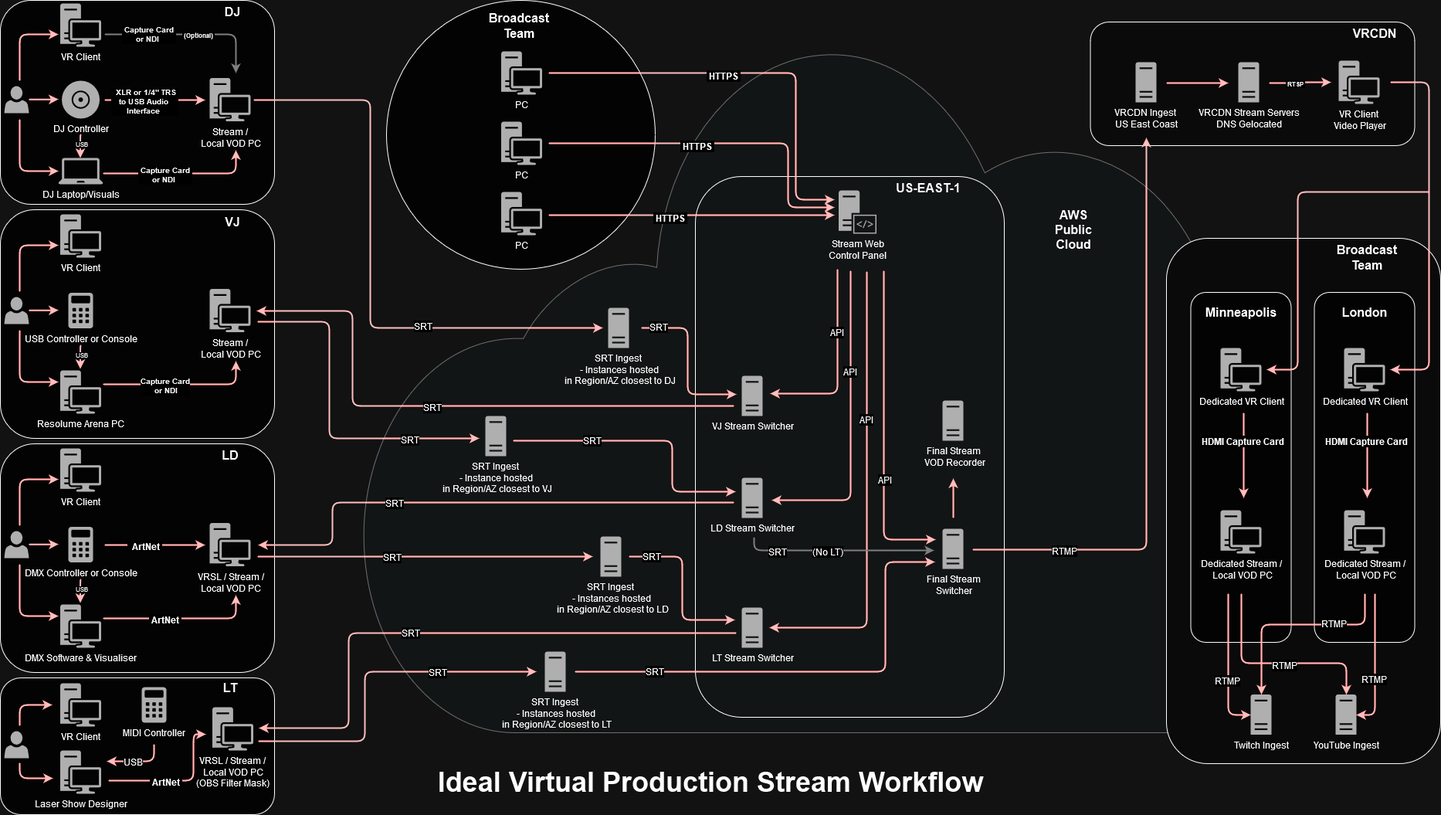
The draw.io diagram vrproduction.drawio.png in towneh/audiovisualtips, before a commit. Source tidied: cells renumbered, new cells last; positions are measured from the earlier drawing's top-left corner, leaving out a move shared by most shapes.
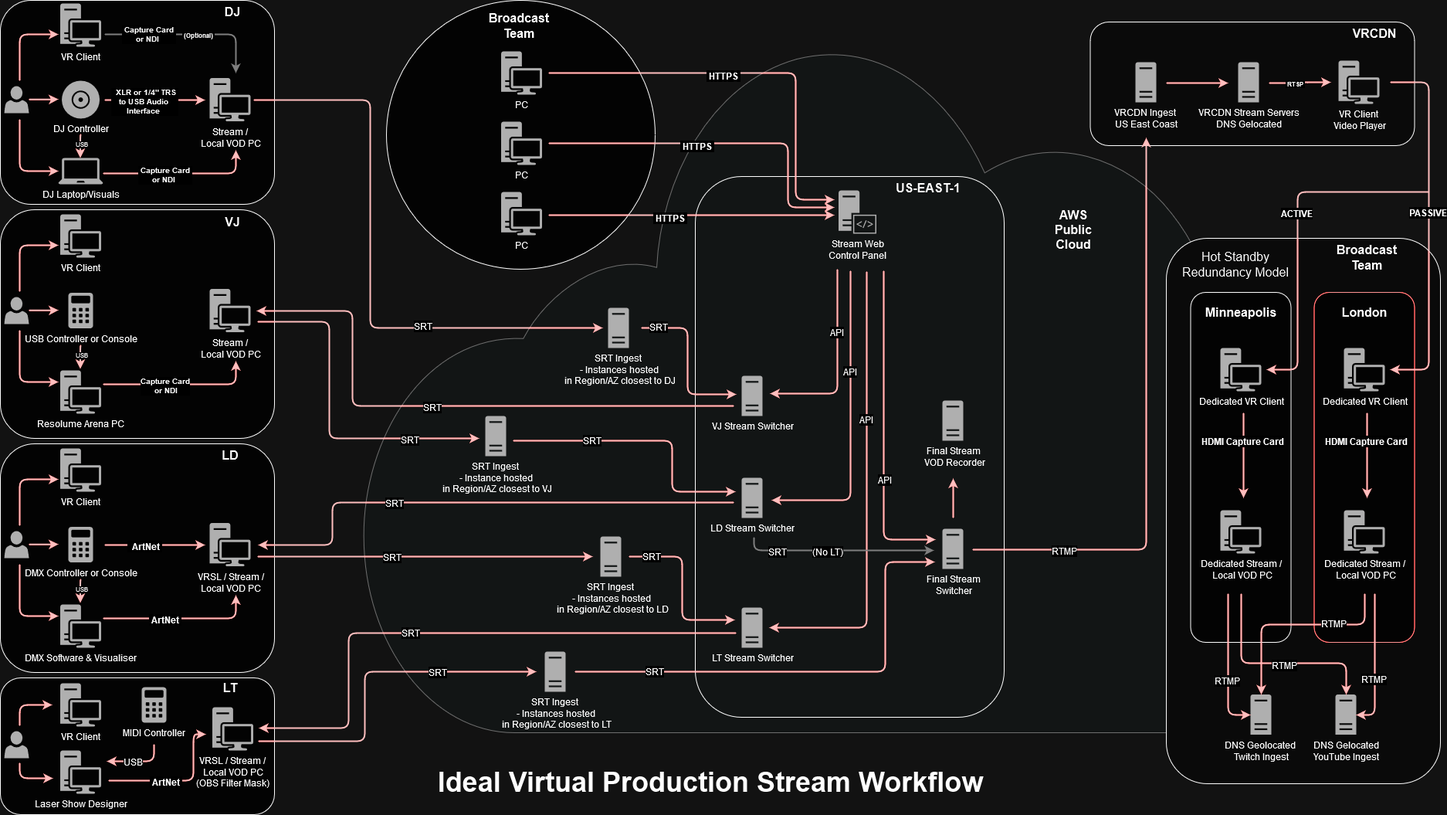
Above is the later version.

What changed in the source:
```diff
@@ -12,9 +12,9 @@
       <mxGeometry x="900" y="228" width="400" height="700" as="geometry" />
     </mxCell>
     <mxCell id="5" style="rounded=1;whiteSpace=wrap;html=1;fillStyle=solid;fillColor=#F5F5F5;" parent="1" vertex="1">
-      <mxGeometry x="1510" y="308" width="355" height="680" as="geometry" />
+      <mxGeometry x="1510" y="308" width="355" height="706" as="geometry" />
     </mxCell>
-    <mxCell id="6" style="rounded=1;whiteSpace=wrap;html=1;fillStyle=solid;fillColor=#FCFCFC;" parent="1" vertex="1">
+    <mxCell id="6" style="rounded=1;whiteSpace=wrap;html=1;fillStyle=solid;fillColor=#FCFCFC;strokeColor=#ff0000;" parent="1" vertex="1">
       <mxGeometry x="1701.5" y="378" width="130" height="453" as="geometry" />
     </mxCell>
     <mxCell id="7" style="rounded=1;whiteSpace=wrap;html=1;fillStyle=solid;fillColor=#FCFCFC;" parent="1" vertex="1">
@@ -558,10 +558,13 @@
         </Array>
       </mxGeometry>
     </mxCell>
+    <mxCell id="160" value="&lt;b&gt;ACTIVE&lt;/b&gt;" style="edgeLabel;html=1;align=center;verticalAlign=middle;fontSize=12;" parent="114" vertex="1">
+      <mxGeometry x="-0.1" y="-2" relative="1" as="geometry" />
+    </mxCell>
-    <mxCell id="115" value="&lt;div&gt;Twitch Ingest&lt;/div&gt;" style="sketch=0;shadow=0;dashed=0;html=1;strokeColor=none;fillColor=#505050;labelPosition=center;verticalLabelPosition=bottom;verticalAlign=top;outlineConnect=0;align=center;shape=mxgraph.office.servers.server_generic;" parent="1" vertex="1">
+    <mxCell id="115" value="&lt;div&gt;DNS Geolocated&amp;nbsp;&lt;/div&gt;&lt;div&gt;Twitch Ingest&lt;/div&gt;" style="sketch=0;shadow=0;dashed=0;html=1;strokeColor=none;fillColor=#505050;labelPosition=center;verticalLabelPosition=bottom;verticalAlign=top;outlineConnect=0;align=center;shape=mxgraph.office.servers.server_generic;" parent="1" vertex="1">
       <mxGeometry x="1619" y="898.5" width="27" height="52" as="geometry" />
     </mxCell>
-    <mxCell id="116" value="YouTube Ingest" style="sketch=0;shadow=0;dashed=0;html=1;strokeColor=none;fillColor=#505050;labelPosition=center;verticalLabelPosition=bottom;verticalAlign=top;outlineConnect=0;align=center;shape=mxgraph.office.servers.server_generic;" parent="1" vertex="1">
+    <mxCell id="116" value="&lt;div&gt;DNS Gelocated&lt;/div&gt;&lt;div&gt;YouTube Ingest&lt;/div&gt;" style="sketch=0;shadow=0;dashed=0;html=1;strokeColor=none;fillColor=#505050;labelPosition=center;verticalLabelPosition=bottom;verticalAlign=top;outlineConnect=0;align=center;shape=mxgraph.office.servers.server_generic;" parent="1" vertex="1">
       <mxGeometry x="1729" y="898.5" width="27" height="52" as="geometry" />
     </mxCell>
     <mxCell id="117" value="Dedicated VR Client" style="sketch=0;shadow=0;dashed=0;html=1;strokeColor=none;fillColor=#505050;labelPosition=center;verticalLabelPosition=bottom;verticalAlign=top;align=center;shape=mxgraph.office.devices.workstation;" parent="1" vertex="1">
@@ -643,6 +646,9 @@
         </Array>
       </mxGeometry>
     </mxCell>
+    <mxCell id="161" value="PASSIVE" style="edgeLabel;html=1;align=center;verticalAlign=middle;fontSize=12;fontStyle=1;" parent="131" vertex="1">
+      <mxGeometry x="-0.08" y="-2" relative="1" as="geometry" />
+    </mxCell>
     <mxCell id="132" value="&lt;div&gt;Ideal Virtual Production Stream Workflow&lt;/div&gt;" style="text;strokeColor=none;fillColor=none;html=1;align=center;verticalAlign=middle;whiteSpace=wrap;rounded=0;fontSize=36;fontStyle=1;" parent="1" vertex="1">
       <mxGeometry x="509" y="997" width="822" height="30" as="geometry" />
     </mxCell>
@@ -784,5 +790,8 @@
     <mxCell id="159" value="(No LT)" style="edgeLabel;html=1;align=center;verticalAlign=middle;fontSize=12;" parent="157" vertex="1">
       <mxGeometry x="-0.11" y="-1" relative="1" as="geometry" />
     </mxCell>
+    <mxCell id="162" value="Hot Standby Redundancy Model" style="text;strokeColor=none;fillColor=none;html=1;align=center;verticalAlign=middle;whiteSpace=wrap;rounded=0;fontSize=16;fontStyle=0;" parent="1" vertex="1">
+      <mxGeometry x="1525" y="327" width="150" height="30" as="geometry" />
+    </mxCell>
   </root>
 </mxGraphModel>
```
